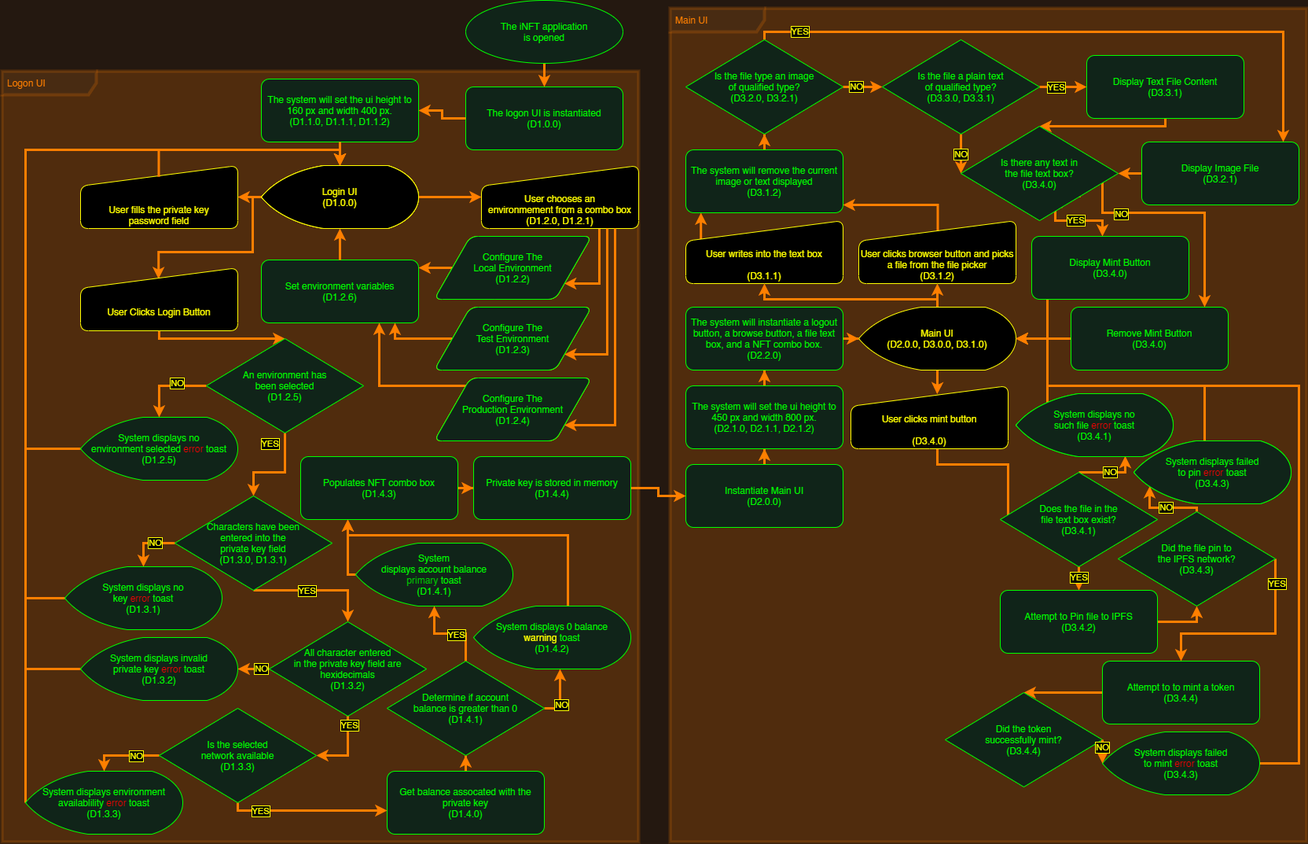
Above: Deliverable #2/2. Design Documentation/iNFT.WPF.Flow Diagram.drawio.png in JasonWHowse/INFT-Documentation (draw.io), before the change. Source tidied: cells renumbered, new cells last; positions are measured from the earlier drawing's top-left corner, leaving out a move shared by most shapes.
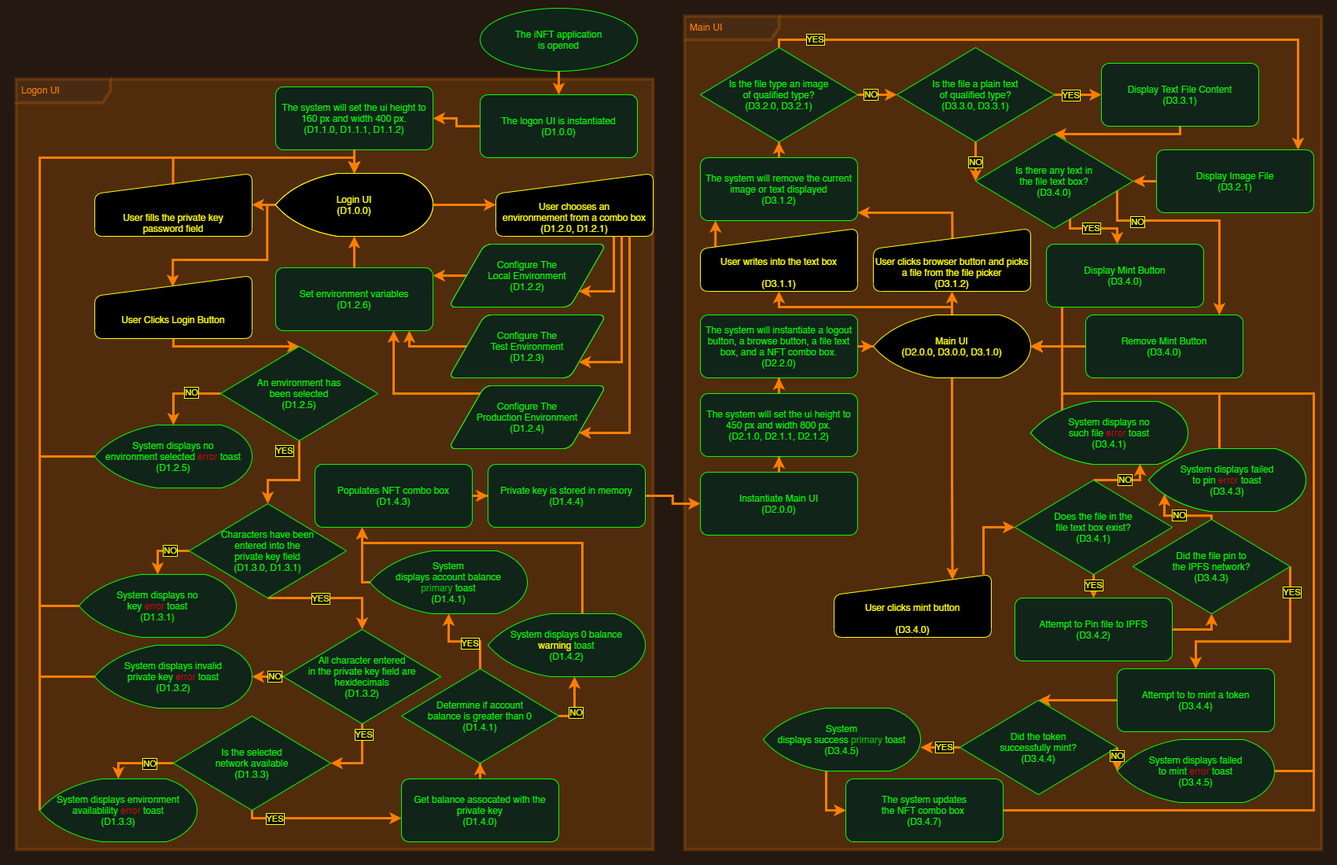
Above is the later version.

Diff of the diagram source:
```diff
@@ -364,7 +364,7 @@
     <mxCell id="79" style="edgeStyle=orthogonalEdgeStyle;rounded=0;jettySize=auto;html=1;fontColor=#FF7F00;strokeColor=#FF7F00;strokeWidth=3;" parent="1" edge="1" source="81" target="91">
       <mxGeometry relative="1" as="geometry" />
     </mxCell>
-    <mxCell id="80" style="edgeStyle=orthogonalEdgeStyle;rounded=0;jettySize=auto;html=1;labelBackgroundColor=#000000;labelBorderColor=#FFFF00;fontColor=#FFFF00;strokeColor=#FF7F00;strokeWidth=3;entryX=0.549;entryY=0.133;entryDx=0;entryDy=0;entryPerimeter=0;" parent="1" edge="1" source="81" target="115">
+    <mxCell id="80" style="edgeStyle=orthogonalEdgeStyle;rounded=0;jettySize=auto;html=1;labelBackgroundColor=#000000;labelBorderColor=#FFFF00;fontColor=#FFFF00;strokeColor=#FF7F00;strokeWidth=3;entryX=0.753;entryY=0.085;entryDx=0;entryDy=0;entryPerimeter=0;" parent="1" edge="1" source="81" target="115">
       <mxGeometry relative="1" as="geometry" />
     </mxCell>
     <mxCell id="81" value="Main UI&lt;br&gt;(D2.0.0, D3.0.0, D3.1.0)" style="strokeWidth=1;html=1;shape=mxgraph.flowchart.display;whiteSpace=wrap;fontColor=#FFFF00;fillColor=#000000;rounded=1;shadow=0;strokeColor=#FFFF00;glass=0;" parent="1" vertex="1">
@@ -526,13 +526,12 @@
     <mxCell id="114" style="edgeStyle=orthogonalEdgeStyle;rounded=0;jettySize=auto;html=1;labelBackgroundColor=#000000;labelBorderColor=#FFFF00;fontColor=#FFFF00;strokeColor=#FF7F00;strokeWidth=3;entryX=0;entryY=0.5;entryDx=0;entryDy=0;entryPerimeter=0;" parent="1" edge="1" source="115" target="118">
       <mxGeometry relative="1" as="geometry">
         <Array as="points">
-          <mxPoint x="1190" y="590" />
-          <mxPoint x="1280" y="590" />
+          <mxPoint x="1230" y="660" />
         </Array>
       </mxGeometry>
     </mxCell>
     <mxCell id="115" value="User clicks mint button&lt;br&gt;&lt;br&gt;(D3.4.0)" style="html=1;strokeWidth=1;shape=manualInput;whiteSpace=wrap;rounded=1;size=26;fontColor=#FFFF00;fillColor=#000000;shadow=0;strokeColor=#FFFF00;glass=0;labelPosition=center;verticalLabelPosition=middle;align=center;verticalAlign=bottom;" parent="1" vertex="1">
-      <mxGeometry x="1080" y="490" width="200" height="80" as="geometry" />
+      <mxGeometry x="1040" y="720" width="200" height="80" as="geometry" />
     </mxCell>
     <mxCell id="116" value="NO" style="edgeStyle=orthogonalEdgeStyle;rounded=0;jettySize=auto;html=1;labelBackgroundColor=#000000;labelBorderColor=#FFFF00;fontColor=#FFFF00;strokeColor=#FF7F00;strokeWidth=3;entryX=0.695;entryY=0.992;entryDx=0;entryDy=0;entryPerimeter=0;exitX=0.5;exitY=0;exitDx=0;exitDy=0;exitPerimeter=0;" parent="1" edge="1" source="118" target="120">
       <mxGeometry relative="1" as="geometry">
@@ -630,9 +629,16 @@
         </Array>
       </mxGeometry>
     </mxCell>
-    <mxCell id="134" value="&lt;font&gt;System displays failed&lt;br&gt;to mint&amp;nbsp;&lt;/font&gt;&lt;font&gt;&lt;font color=&quot;#ff0000&quot;&gt;error&lt;/font&gt; &lt;/font&gt;&lt;font&gt;toast&lt;br&gt;(D3.4.3)&lt;br&gt;&lt;/font&gt;" style="strokeWidth=1;html=1;shape=mxgraph.flowchart.display;whiteSpace=wrap;fontColor=#00FF00;fillColor=#102419;rounded=1;shadow=0;strokeColor=#00FF00;glass=0;" parent="1" vertex="1">
+    <mxCell id="134" value="&lt;font&gt;System displays failed&lt;br&gt;to mint&amp;nbsp;&lt;/font&gt;&lt;font&gt;&lt;font color=&quot;#ff0000&quot;&gt;error&lt;/font&gt; &lt;/font&gt;&lt;font&gt;toast&lt;br&gt;(D3.4.5)&lt;br&gt;&lt;/font&gt;" style="strokeWidth=1;html=1;shape=mxgraph.flowchart.display;whiteSpace=wrap;fontColor=#00FF00;fillColor=#102419;rounded=1;shadow=0;strokeColor=#00FF00;glass=0;" parent="1" vertex="1">
       <mxGeometry x="1400" y="930" width="200" height="80" as="geometry" />
     </mxCell>
+    <mxCell id="137" value="YES" style="edgeStyle=orthogonalEdgeStyle;rounded=0;jettySize=auto;html=1;labelBackgroundColor=#000000;labelBorderColor=#FFFF00;fontColor=#FFFF00;strokeColor=#FF7F00;strokeWidth=3;" parent="1" edge="1" source="135" target="139">
+      <mxGeometry x="-0.2" relative="1" as="geometry">
+        <Array as="points">
+          <mxPoint x="950" y="940" />
+        </Array>
+      </mxGeometry>
+    </mxCell>
     <mxCell id="135" value="Did the token&lt;br&gt;successfully mint?&lt;br&gt;(D3.4.4)" style="strokeWidth=1;html=1;shape=mxgraph.flowchart.decision;whiteSpace=wrap;fontColor=#00FF00;fillColor=#102419;rounded=1;shadow=0;strokeColor=#00FF00;glass=0;" parent="1" vertex="1">
       <mxGeometry x="1200" y="880" width="200" height="120" as="geometry" />
     </mxCell>
@@ -646,5 +652,28 @@
         </Array>
       </mxGeometry>
     </mxCell>
+    <mxCell id="138" style="edgeStyle=orthogonalEdgeStyle;rounded=0;jettySize=auto;html=1;labelBackgroundColor=#000000;labelBorderColor=#FFFF00;fontColor=#FFFF00;strokeColor=#FF7F00;strokeWidth=3;" parent="1" edge="1" source="139" target="141">
+      <mxGeometry relative="1" as="geometry">
+        <Array as="points">
+          <mxPoint x="1030" y="1020" />
+        </Array>
+      </mxGeometry>
+    </mxCell>
+    <mxCell id="139" value="&lt;font&gt;System&lt;br&gt;displays success&amp;nbsp;&lt;/font&gt;&lt;font color=&quot;#00cc00&quot;&gt;primary&lt;font&gt;&amp;nbsp;&lt;/font&gt;&lt;/font&gt;&lt;font&gt;toast&lt;br&gt;(D3.4.5)&lt;br&gt;&lt;/font&gt;" style="strokeWidth=1;html=1;shape=mxgraph.flowchart.display;whiteSpace=wrap;fontColor=#00FF00;fillColor=#102419;rounded=1;shadow=0;strokeColor=#00FF00;glass=0;" parent="1" vertex="1">
+      <mxGeometry x="950" y="890" width="200" height="80" as="geometry" />
+    </mxCell>
+    <mxCell id="140" style="edgeStyle=orthogonalEdgeStyle;rounded=0;jettySize=auto;html=1;labelBackgroundColor=#000000;labelBorderColor=#FFFF00;fontColor=#FFFF00;strokeColor=#FF7F00;strokeWidth=3;" parent="1" edge="1" source="141" target="81">
+      <mxGeometry relative="1" as="geometry">
+        <Array as="points">
+          <mxPoint x="1650" y="1020" />
+          <mxPoint x="1650" y="490" />
+          <mxPoint x="1330" y="490" />
+          <mxPoint x="1330" y="430" />
+        </Array>
+      </mxGeometry>
+    </mxCell>
+    <mxCell id="141" value="&lt;font&gt;The system updates&lt;br&gt;the NFT combo box&amp;nbsp;&lt;br&gt;(D3.4.7)&lt;br&gt;&lt;/font&gt;" style="rounded=1;whiteSpace=wrap;html=1;absoluteArcSize=1;strokeWidth=1;fontColor=#00FF00;fillColor=#102419;shadow=0;strokeColor=#00FF00;glass=0;" parent="1" vertex="1">
+      <mxGeometry x="1055" y="980" width="200" height="80" as="geometry" />
+    </mxCell>
   </root>
 </mxGraphModel>
```
